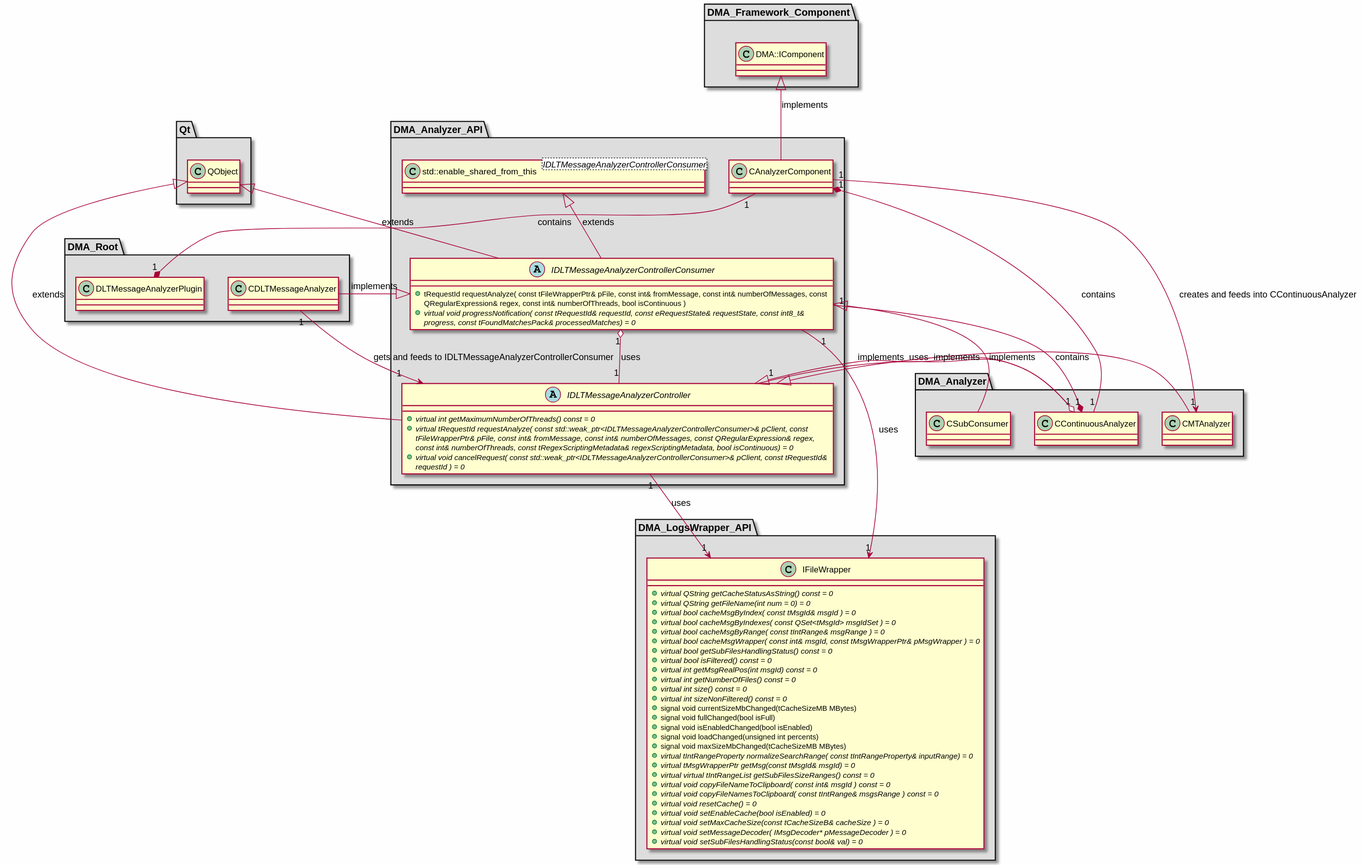
The PlantUML diagram md/dev_docs/puml/DMA_Analyzer_API.svg in svlad-90/DLT-Message-Analyzer, before a commit.
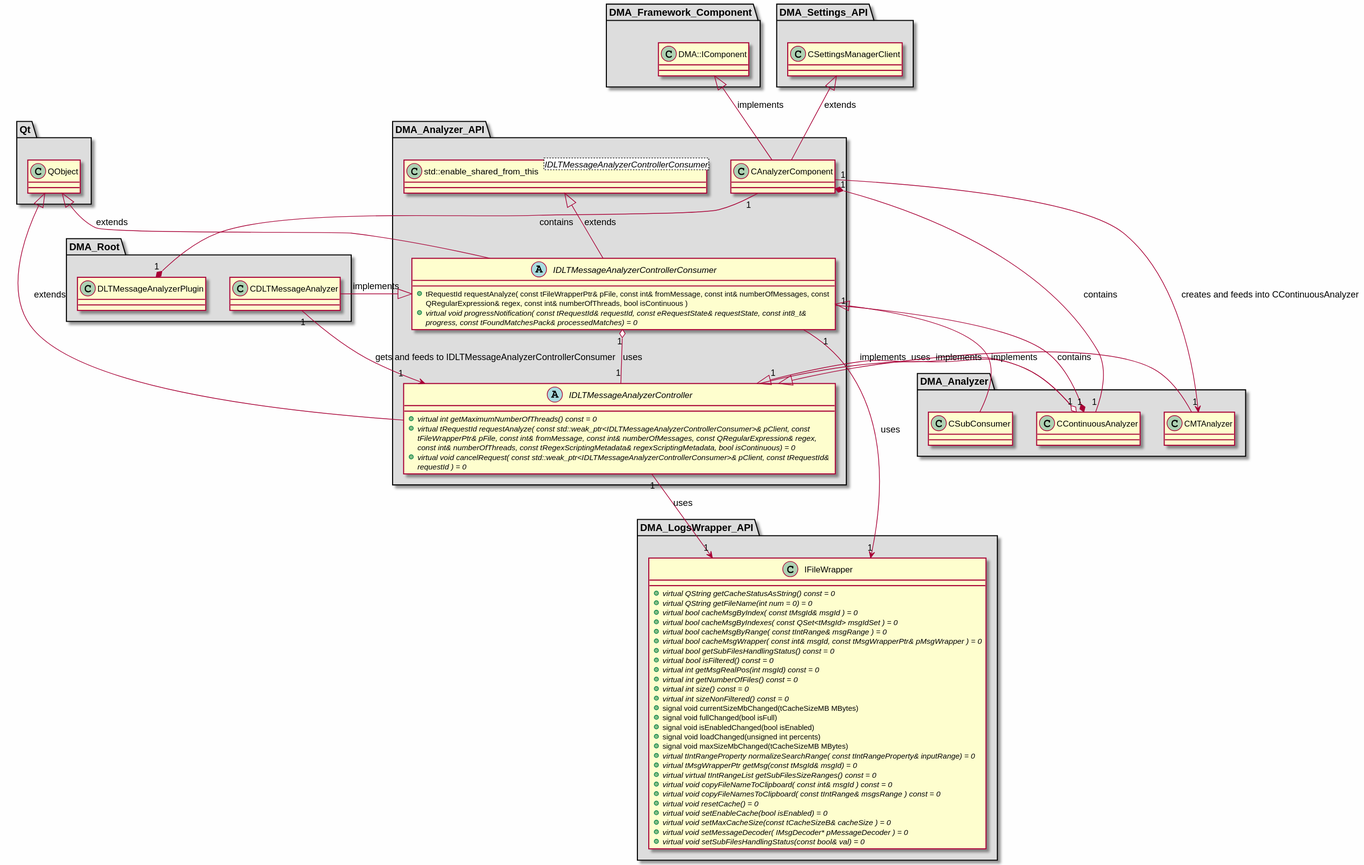
The same diagram one commit later.

Diff of the diagram source:
```diff
@@ -103,6 +103,15 @@
 
 }
 
+package "DMA_Settings_API" #DDDDDD
+{
+
+class "CSettingsManagerClient"
+{
+}
+
+}
+
 package "Qt" #DDDDDD
 {
 
@@ -115,6 +124,7 @@
 IDLTMessageAnalyzerController <|-- CContinuousAnalyzer : implements
 IDLTMessageAnalyzerController <|-- CMTAnalyzer : implements
 IDLTMessageAnalyzerControllerConsumer <|-- CSubConsumer : implements
+CSettingsManagerClient <|-- CAnalyzerComponent : extends
 DMA::IComponent <|-- CAnalyzerComponent : implements
 QObject <|-- IDLTMessageAnalyzerController : extends
 QObject <|-- IDLTMessageAnalyzerControllerConsumer : extends
```
